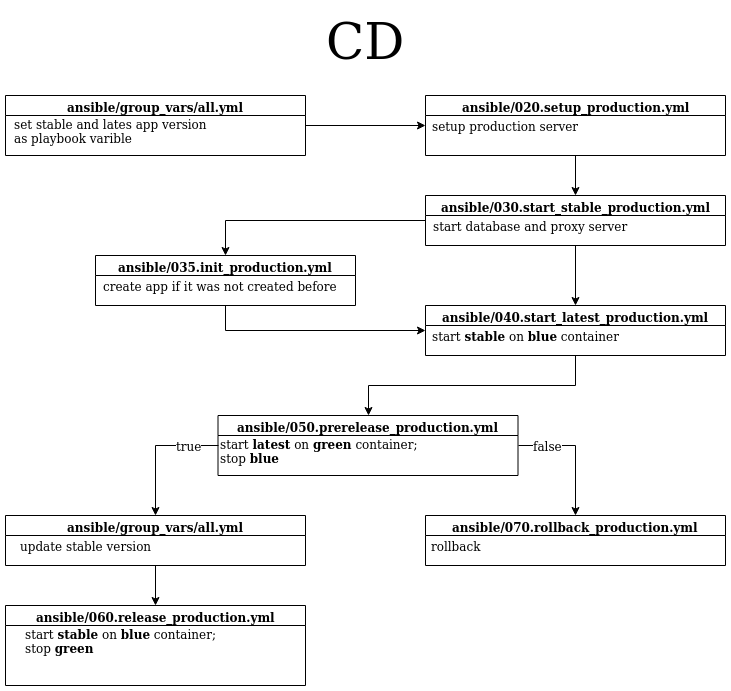
Earlier version of the draw.io export docs/cd.png (elegantsignal/finalprojectpipeline). Source tidied: cells renumbered, new cells last; positions are measured from the earlier drawing's top-left corner, leaving out a move shared by most shapes.
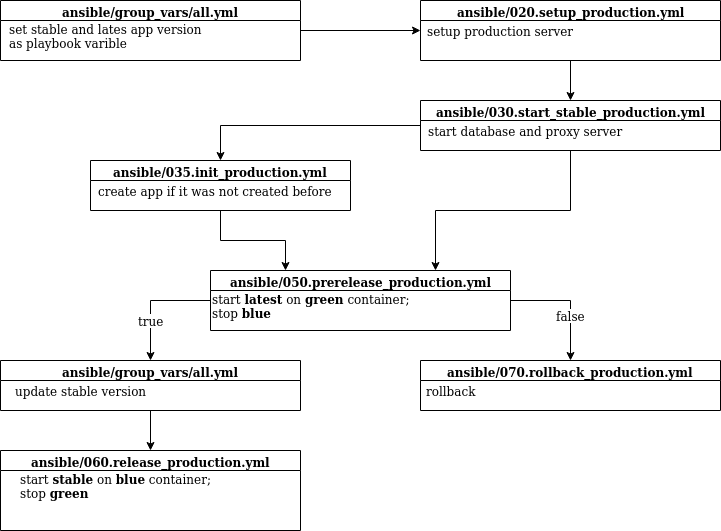
After the commit.

Change to the diagram source:
```diff
@@ -2,89 +2,77 @@
   <root>
     <mxCell id="0" />
     <mxCell id="1" parent="0" />
-    <mxCell id="2" value="&lt;div&gt;CD&lt;/div&gt;" style="text;html=1;align=center;verticalAlign=middle;fontSize=50;" parent="1" vertex="1">
-      <mxGeometry x="315" width="90" height="70" as="geometry" />
+    <mxCell id="2" style="edgeStyle=orthogonalEdgeStyle;rounded=0;jettySize=auto;html=1;fontSize=12;" parent="1" edge="1" source="3" target="6">
+      <mxGeometry relative="1" as="geometry" />
     </mxCell>
-    <mxCell id="3" style="edgeStyle=orthogonalEdgeStyle;rounded=0;jettySize=auto;html=1;fontSize=12;" parent="1" edge="1" source="4" target="7">
-      <mxGeometry relative="1" as="geometry" />
+    <mxCell id="3" value="ansible/group_vars/all.yml" style="swimlane;html=1;startSize=20;horizontal=1;containerType=tree;strokeWidth=1;fontSize=12;" parent="1" vertex="1">
+      <mxGeometry x="210" y="30" width="300" height="60" as="geometry" />
     </mxCell>
-    <mxCell id="4" value="ansible/group_vars/all.yml" style="swimlane;html=1;startSize=20;horizontal=1;containerType=tree;strokeWidth=1;fontSize=12;" parent="1" vertex="1">
-      <mxGeometry y="90" width="300" height="60" as="geometry" />
+    <mxCell id="4" value="&lt;div&gt;set stable and lates app version&lt;/div&gt;&lt;div align=&quot;left&quot;&gt;as playbook varible&lt;/div&gt;" style="text;html=1;align=center;verticalAlign=middle;points=[];fontSize=12;" parent="3" vertex="1">
+      <mxGeometry y="20" width="210" height="30" as="geometry" />
     </mxCell>
-    <mxCell id="5" value="&lt;div&gt;set stable and lates app version&lt;/div&gt;&lt;div align=&quot;left&quot;&gt;as playbook varible&lt;/div&gt;" style="text;html=1;align=center;verticalAlign=middle;fontSize=12;" parent="4" vertex="1">
-      <mxGeometry y="20" width="210" height="30" as="geometry" />
+    <mxCell id="5" style="edgeStyle=orthogonalEdgeStyle;rounded=0;jettySize=auto;html=1;fontSize=12;" parent="1" edge="1" source="6" target="10">
+      <mxGeometry relative="1" as="geometry" />
     </mxCell>
-    <mxCell id="6" style="edgeStyle=orthogonalEdgeStyle;rounded=0;jettySize=auto;html=1;fontSize=12;" parent="1" edge="1" source="7" target="11">
-      <mxGeometry relative="1" as="geometry" />
+    <mxCell id="6" value="ansible/020.setup_production.yml" style="swimlane;html=1;startSize=20;horizontal=1;containerType=tree;strokeWidth=1;fontSize=12;" parent="1" vertex="1">
+      <mxGeometry x="630" y="30" width="300" height="60" as="geometry" />
     </mxCell>
-    <mxCell id="7" value="ansible/020.setup_production.yml" style="swimlane;html=1;startSize=20;horizontal=1;containerType=tree;strokeWidth=1;fontSize=12;" parent="1" vertex="1">
-      <mxGeometry x="420" y="90" width="300" height="60" as="geometry" />
+    <mxCell id="7" value="setup production server" style="text;html=1;align=center;verticalAlign=middle;points=[];fontSize=12;" parent="6" vertex="1">
+      <mxGeometry y="20" width="160" height="20" as="geometry" />
     </mxCell>
-    <mxCell id="8" value="setup production server" style="text;html=1;align=center;verticalAlign=middle;fontSize=12;" parent="7" vertex="1">
-      <mxGeometry y="20" width="160" height="20" as="geometry" />
+    <mxCell id="8" style="edgeStyle=orthogonalEdgeStyle;rounded=0;jettySize=auto;html=1;strokeColor=#000000;fontSize=12;" parent="1" edge="1" source="10" target="24">
+      <mxGeometry relative="1" as="geometry" />
     </mxCell>
-    <mxCell id="9" style="edgeStyle=orthogonalEdgeStyle;rounded=0;jettySize=auto;html=1;strokeColor=#000000;fontSize=12;" parent="1" edge="1" source="11" target="28">
+    <mxCell id="9" style="edgeStyle=orthogonalEdgeStyle;rounded=0;jettySize=auto;html=1;strokeColor=#000000;fontSize=12;entryX=0.75;entryY=0;entryDx=0;entryDy=0;" parent="1" edge="1" source="10" target="14">
       <mxGeometry relative="1" as="geometry" />
     </mxCell>
-    <mxCell id="10" style="edgeStyle=orthogonalEdgeStyle;rounded=0;jettySize=auto;html=1;strokeColor=#000000;fontSize=12;" parent="1" edge="1" source="11" target="14">
-      <mxGeometry relative="1" as="geometry" />
+    <mxCell id="10" value="ansible/030.start_stable_production.yml" style="swimlane;html=1;startSize=20;horizontal=1;containerType=tree;strokeWidth=1;fontSize=12;" parent="1" vertex="1">
+      <mxGeometry x="630" y="130" width="300" height="50" as="geometry" />
     </mxCell>
-    <mxCell id="11" value="ansible/030.start_stable_production.yml" style="swimlane;html=1;startSize=20;horizontal=1;containerType=tree;strokeWidth=1;fontSize=12;" parent="1" vertex="1">
-      <mxGeometry x="420" y="190" width="300" height="50" as="geometry" />
+    <mxCell id="11" value="start database and proxy server" style="text;html=1;align=center;verticalAlign=middle;points=[];fontSize=12;" parent="10" vertex="1">
+      <mxGeometry y="20" width="210" height="20" as="geometry" />
     </mxCell>
-    <mxCell id="12" value="start database and proxy server" style="text;html=1;align=center;verticalAlign=middle;fontSize=12;" parent="11" vertex="1">
-      <mxGeometry y="20" width="210" height="20" as="geometry" />
+    <mxCell id="12" value="true" style="edgeStyle=orthogonalEdgeStyle;rounded=0;jettySize=auto;html=1;strokeColor=#000000;fontSize=12;exitX=0;exitY=0.5;exitDx=0;exitDy=0;" parent="1" edge="1" source="14" target="19">
+      <mxGeometry x="0.33" relative="1" as="geometry" />
     </mxCell>
-    <mxCell id="13" style="edgeStyle=orthogonalEdgeStyle;rounded=0;jettySize=auto;html=1;strokeColor=#000000;fontSize=12;" parent="1" edge="1" source="14" target="18">
-      <mxGeometry relative="1" as="geometry" />
+    <mxCell id="13" value="false" style="edgeStyle=orthogonalEdgeStyle;rounded=0;jettySize=auto;html=1;strokeColor=#000000;fontSize=12;exitX=1;exitY=0.5;exitDx=0;exitDy=0;entryX=0.5;entryY=0;entryDx=0;entryDy=0;" parent="1" edge="1" source="14" target="16">
+      <mxGeometry x="0.25" relative="1" as="geometry" />
     </mxCell>
-    <mxCell id="14" value="ansible/040.start_latest_production.yml" style="swimlane;html=1;startSize=20;horizontal=1;containerType=tree;strokeWidth=1;fontSize=12;" parent="1" vertex="1">
-      <mxGeometry x="420" y="300" width="300" height="50" as="geometry" />
+    <mxCell id="14" value="ansible/050.prerelease_production.yml" style="swimlane;html=1;startSize=20;horizontal=1;containerType=tree;strokeWidth=1;fontSize=12;" parent="1" vertex="1">
+      <mxGeometry x="420" y="300" width="300" height="60" as="geometry" />
     </mxCell>
-    <mxCell id="15" value="start &lt;b&gt;stable&lt;/b&gt; on &lt;b&gt;blue&lt;/b&gt; container" style="text;html=1;align=center;verticalAlign=middle;fontSize=12;" parent="14" vertex="1">
-      <mxGeometry y="20" width="200" height="20" as="geometry" />
+    <mxCell id="15" value="&lt;div align=&quot;left&quot;&gt;start &lt;b&gt;latest&lt;/b&gt; on &lt;b&gt;green&lt;/b&gt; container;&lt;/div&gt;&lt;div align=&quot;left&quot;&gt;stop &lt;b&gt;blue&lt;/b&gt;&lt;br&gt;&lt;/div&gt;" style="text;html=1;align=left;verticalAlign=middle;fontSize=12;" parent="14" vertex="1">
+      <mxGeometry y="20" width="210" height="30" as="geometry" />
     </mxCell>
-    <mxCell id="16" value="true" style="edgeStyle=orthogonalEdgeStyle;rounded=0;jettySize=auto;html=1;strokeColor=#000000;fontSize=12;exitX=0;exitY=0.5;exitDx=0;exitDy=0;" parent="1" edge="1" source="18" target="23">
-      <mxGeometry x="-0.56" relative="1" as="geometry" />
+    <mxCell id="16" value="ansible/070.rollback_production.yml" style="swimlane;html=1;startSize=20;horizontal=1;containerType=tree;strokeWidth=1;fontSize=12;" parent="1" vertex="1">
+      <mxGeometry x="630" y="390" width="300" height="50" as="geometry" />
     </mxCell>
-    <mxCell id="17" value="false" style="edgeStyle=orthogonalEdgeStyle;rounded=0;jettySize=auto;html=1;strokeColor=#000000;fontSize=12;exitX=1;exitY=0.5;exitDx=0;exitDy=0;" parent="1" edge="1" source="18" target="20">
-      <mxGeometry x="-0.54" relative="1" as="geometry" />
+    <mxCell id="17" value="rollback" style="text;html=1;align=center;verticalAlign=middle;fontSize=12;" parent="16" vertex="1">
+      <mxGeometry y="20" width="60" height="20" as="geometry" />
     </mxCell>
-    <mxCell id="18" value="ansible/050.prerelease_production.yml" style="swimlane;html=1;startSize=20;horizontal=1;containerType=tree;strokeWidth=1;fontSize=12;" parent="1" vertex="1">
-      <mxGeometry x="212.5" y="410" width="300" height="60" as="geometry" />
+    <mxCell id="18" style="edgeStyle=orthogonalEdgeStyle;rounded=0;jettySize=auto;html=1;strokeColor=#000000;fontSize=12;" parent="1" edge="1" source="19" target="21">
+      <mxGeometry relative="1" as="geometry" />
     </mxCell>
-    <mxCell id="19" value="&lt;div align=&quot;left&quot;&gt;start &lt;b&gt;latest&lt;/b&gt; on &lt;b&gt;green&lt;/b&gt; container;&lt;/div&gt;&lt;div align=&quot;left&quot;&gt;stop &lt;b&gt;blue&lt;/b&gt;&lt;br&gt;&lt;/div&gt;" style="text;html=1;align=left;verticalAlign=middle;points=[];fontSize=12;" parent="18" vertex="1">
-      <mxGeometry y="20" width="210" height="30" as="geometry" />
+    <mxCell id="19" value="ansible/group_vars/all.yml" style="swimlane;html=1;startSize=20;horizontal=1;containerType=tree;strokeWidth=1;fontSize=12;" parent="1" vertex="1">
+      <mxGeometry x="210" y="390" width="300" height="50" as="geometry" />
     </mxCell>
-    <mxCell id="20" value="ansible/070.rollback_production.yml" style="swimlane;html=1;startSize=20;horizontal=1;containerType=tree;strokeWidth=1;fontSize=12;" parent="1" vertex="1">
-      <mxGeometry x="420" y="510" width="300" height="50" as="geometry" />
+    <mxCell id="20" value="update stable version" style="text;html=1;align=center;verticalAlign=middle;points=[];fontSize=12;" parent="19" vertex="1">
+      <mxGeometry x="5" y="20" width="150" height="20" as="geometry" />
     </mxCell>
-    <mxCell id="21" value="rollback" style="text;html=1;align=center;verticalAlign=middle;points=[];fontSize=12;" parent="20" vertex="1">
-      <mxGeometry y="20" width="60" height="20" as="geometry" />
+    <mxCell id="21" value="ansible/060.release_production.yml" style="swimlane;html=1;startSize=20;horizontal=1;containerType=tree;strokeWidth=1;fontSize=12;" parent="1" vertex="1">
+      <mxGeometry x="210" y="480" width="300" height="80" as="geometry" />
     </mxCell>
-    <mxCell id="22" style="edgeStyle=orthogonalEdgeStyle;rounded=0;jettySize=auto;html=1;strokeColor=#000000;fontSize=12;" parent="1" edge="1" source="23" target="25">
-      <mxGeometry relative="1" as="geometry" />
+    <mxCell id="22" value="&lt;div&gt;start &lt;b&gt;stable&lt;/b&gt; on &lt;b&gt;blue&lt;/b&gt; container;&lt;/div&gt;&lt;div align=&quot;left&quot;&gt;stop &lt;b&gt;green&lt;/b&gt;&lt;br&gt;&lt;/div&gt;" style="text;html=1;align=center;verticalAlign=middle;fontSize=12;" parent="21" vertex="1">
+      <mxGeometry x="10" y="20" width="210" height="30" as="geometry" />
     </mxCell>
-    <mxCell id="23" value="ansible/group_vars/all.yml" style="swimlane;html=1;startSize=20;horizontal=1;containerType=tree;strokeWidth=1;fontSize=12;" parent="1" vertex="1">
-      <mxGeometry y="510" width="300" height="50" as="geometry" />
+    <mxCell id="23" style="edgeStyle=orthogonalEdgeStyle;rounded=0;jettySize=auto;html=1;strokeColor=#000000;fontSize=12;exitX=0.5;exitY=1;exitDx=0;exitDy=0;entryX=0.25;entryY=0;entryDx=0;entryDy=0;" parent="1" edge="1" source="24" target="14">
+      <mxGeometry relative="1" as="geometry" />
     </mxCell>
-    <mxCell id="24" value="update stable version" style="text;html=1;align=center;verticalAlign=middle;points=[];fontSize=12;" parent="23" vertex="1">
-      <mxGeometry x="5" y="20" width="150" height="20" as="geometry" />
+    <mxCell id="24" value="ansible/035.init_production.yml" style="swimlane;html=1;startSize=20;horizontal=1;containerType=tree;strokeWidth=1;fontSize=12;" parent="1" vertex="1">
+      <mxGeometry x="300" y="190" width="260" height="50" as="geometry" />
     </mxCell>
-    <mxCell id="25" value="ansible/060.release_production.yml" style="swimlane;html=1;startSize=20;horizontal=1;containerType=tree;strokeWidth=1;fontSize=12;" parent="1" vertex="1">
-      <mxGeometry y="600" width="300" height="80" as="geometry" />
+    <mxCell id="25" value="create app if it was not created before" style="text;html=1;align=center;verticalAlign=middle;points=[];fontSize=12;" parent="24" vertex="1">
+      <mxGeometry y="20" width="250" height="20" as="geometry" />
     </mxCell>
-    <mxCell id="26" value="&lt;div&gt;start &lt;b&gt;stable&lt;/b&gt; on &lt;b&gt;blue&lt;/b&gt; container;&lt;/div&gt;&lt;div align=&quot;left&quot;&gt;stop &lt;b&gt;green&lt;/b&gt;&lt;br&gt;&lt;/div&gt;" style="text;html=1;align=center;verticalAlign=middle;fontSize=12;" parent="25" vertex="1">
-      <mxGeometry x="10" y="20" width="210" height="30" as="geometry" />
-    </mxCell>
-    <mxCell id="27" style="edgeStyle=orthogonalEdgeStyle;rounded=0;jettySize=auto;html=1;strokeColor=#000000;fontSize=12;exitX=0.5;exitY=1;exitDx=0;exitDy=0;" parent="1" edge="1" source="28" target="14">
-      <mxGeometry relative="1" as="geometry" />
-    </mxCell>
-    <mxCell id="28" value="ansible/035.init_production.yml" style="swimlane;html=1;startSize=20;horizontal=1;containerType=tree;strokeWidth=1;fontSize=12;" parent="1" vertex="1">
-      <mxGeometry x="90" y="250" width="260" height="50" as="geometry" />
-    </mxCell>
-    <mxCell id="29" value="create app if it was not created before" style="text;html=1;align=center;verticalAlign=middle;fontSize=12;" parent="28" vertex="1">
-      <mxGeometry y="20" width="250" height="20" as="geometry" />
-    </mxCell>
   </root>
 </mxGraphModel>
```
